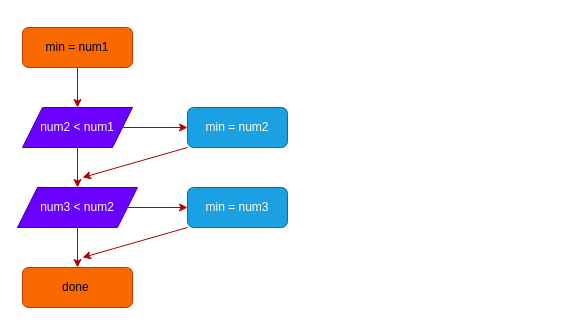
The draw.io diagram Flowchart.drawio in ipivanparra/AD-3-1, before the edit. Source tidied: cells renumbered, new cells numbered last; positions are measured from the earlier drawing's top-left corner, leaving out a move shared by most shapes. Both pictures are drawn from the tidied source at 100%, with x=0, y=0 at pixel (17, 27).
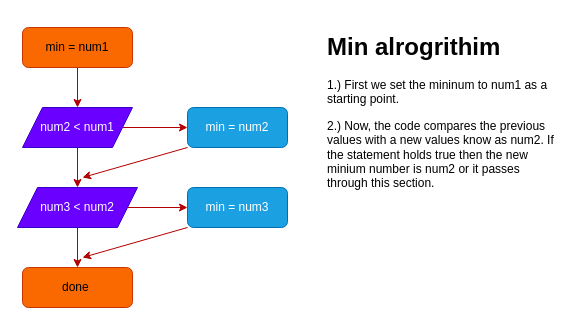
After the change.

What changed in the source:
```diff
@@
 <mxGraphModel>
   <root>
     <mxCell id="0" />
     <mxCell id="1" parent="0" />
     <mxCell id="2" style="edgeStyle=none;html=1;exitX=0.5;exitY=1;exitDx=0;exitDy=0;entryX=0.5;entryY=0;entryDx=0;entryDy=0;fillColor=#e51400;strokeColor=#B20000;" parent="1" edge="1" source="3" target="6">
       <mxGeometry relative="1" as="geometry" />
     </mxCell>
     <mxCell id="3" value="min = num1" style="rounded=1;whiteSpace=wrap;html=1;fillColor=#fa6800;fontColor=#000000;strokeColor=#C73500;" parent="1" vertex="1">
       <mxGeometry x="5" width="110" height="40" as="geometry" />
     </mxCell>
     <mxCell id="4" style="edgeStyle=none;html=1;exitX=0.5;exitY=1;exitDx=0;exitDy=0;entryX=0.5;entryY=0;entryDx=0;entryDy=0;fillColor=#e51400;strokeColor=#B20000;" parent="1" edge="1" source="6" target="9">
       <mxGeometry relative="1" as="geometry" />
     </mxCell>
     <mxCell id="5" style="edgeStyle=none;html=1;exitX=1;exitY=0.5;exitDx=0;exitDy=0;entryX=0;entryY=0.5;entryDx=0;entryDy=0;fillColor=#e51400;strokeColor=#B20000;" parent="1" edge="1" source="6" target="12">
       <mxGeometry relative="1" as="geometry" />
     </mxCell>
     <mxCell id="6" value="num2 &amp;lt; num1" style="shape=parallelogram;perimeter=parallelogramPerimeter;whiteSpace=wrap;html=1;fixedSize=1;fillColor=#6a00ff;fontColor=#ffffff;strokeColor=#3700CC;" parent="1" vertex="1">
       <mxGeometry x="5" y="80" width="110" height="40" as="geometry" />
     </mxCell>
     <mxCell id="7" style="edgeStyle=none;html=1;exitX=0.5;exitY=1;exitDx=0;exitDy=0;entryX=0.5;entryY=0;entryDx=0;entryDy=0;fillColor=#e51400;strokeColor=#B20000;" parent="1" edge="1" source="9" target="10">
       <mxGeometry relative="1" as="geometry" />
     </mxCell>
     <mxCell id="8" style="edgeStyle=none;html=1;exitX=1;exitY=0.5;exitDx=0;exitDy=0;entryX=0;entryY=0.5;entryDx=0;entryDy=0;fillColor=#e51400;strokeColor=#B20000;" parent="1" edge="1" source="9" target="14">
       <mxGeometry relative="1" as="geometry" />
     </mxCell>
     <mxCell id="9" value="num3 &amp;lt; num2" style="shape=parallelogram;perimeter=parallelogramPerimeter;whiteSpace=wrap;html=1;fixedSize=1;fillColor=#6a00ff;fontColor=#ffffff;strokeColor=#3700CC;" parent="1" vertex="1">
       <mxGeometry y="160" width="120" height="40" as="geometry" />
     </mxCell>
     <mxCell id="10" value="done&amp;nbsp;" style="rounded=1;whiteSpace=wrap;html=1;fillColor=#fa6800;fontColor=#000000;strokeColor=#C73500;" parent="1" vertex="1">
       <mxGeometry x="5" y="240" width="110" height="40" as="geometry" />
     </mxCell>
     <mxCell id="11" style="edgeStyle=none;html=1;exitX=0;exitY=1;exitDx=0;exitDy=0;fillColor=#e51400;strokeColor=#B20000;" parent="1" edge="1" source="12">
       <mxGeometry relative="1" as="geometry">
         <mxPoint x="65" y="150" as="targetPoint" />
       </mxGeometry>
     </mxCell>
     <mxCell id="12" value="min = num2" style="rounded=1;whiteSpace=wrap;html=1;fillColor=#1ba1e2;fontColor=#ffffff;strokeColor=#006EAF;" parent="1" vertex="1">
       <mxGeometry x="170" y="80" width="100" height="40" as="geometry" />
     </mxCell>
     <mxCell id="13" style="edgeStyle=none;html=1;exitX=0;exitY=1;exitDx=0;exitDy=0;fillColor=#e51400;strokeColor=#B20000;" parent="1" edge="1" source="14">
       <mxGeometry relative="1" as="geometry">
         <mxPoint x="65" y="230" as="targetPoint" />
       </mxGeometry>
     </mxCell>
     <mxCell id="14" value="min = num3" style="rounded=1;whiteSpace=wrap;html=1;fillColor=#1ba1e2;fontColor=#ffffff;strokeColor=#006EAF;" parent="1" vertex="1">
       <mxGeometry x="170" y="160" width="100" height="40" as="geometry" />
     </mxCell>
+    <mxCell id="15" value="&lt;h1&gt;Min alrogrithim&amp;nbsp;&lt;/h1&gt;&lt;p&gt;1.) First we set the mininum to num1 as a starting point.&amp;nbsp;&lt;/p&gt;&lt;p&gt;2.) Now, the code compares the previous values with a new values know as num2. If the statement holds true then the new minium number is num2 or it passes through this section.&amp;nbsp;&lt;/p&gt;" style="text;html=1;strokeColor=none;fillColor=none;spacing=5;spacingTop=-20;whiteSpace=wrap;overflow=hidden;rounded=0;" parent="1" vertex="1">
+      <mxGeometry x="305" width="240" height="270" as="geometry" />
+    </mxCell>
   </root>
 </mxGraphModel>
```
